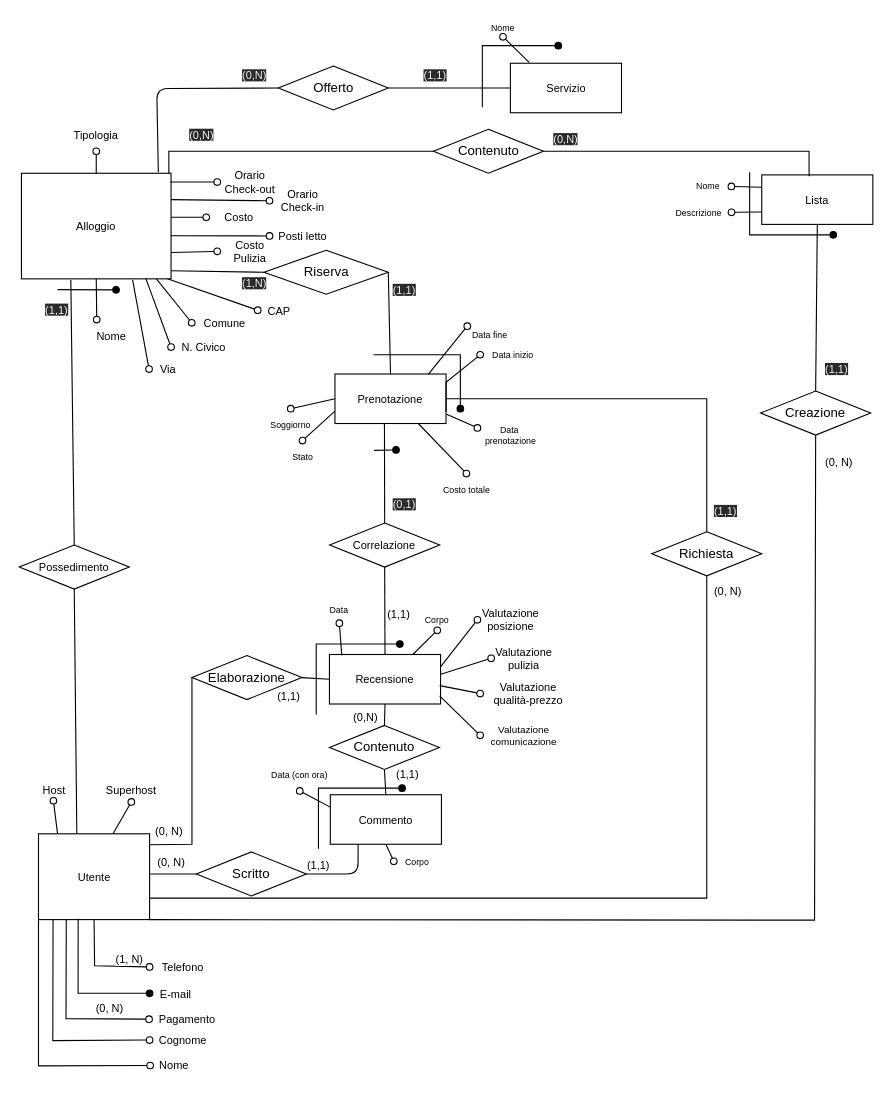
The draw.io diagram page "Page-4" (4 of 16) of ER.drawio in eduardz1/Home-Booking, before the edit. Source tidied: cells renumbered, new cells numbered last; positions are measured from the earlier drawing's top-left corner, leaving out a move shared by most shapes. Both pictures are drawn from the tidied source at 110%, with x=0, y=0 at pixel (18, 19).
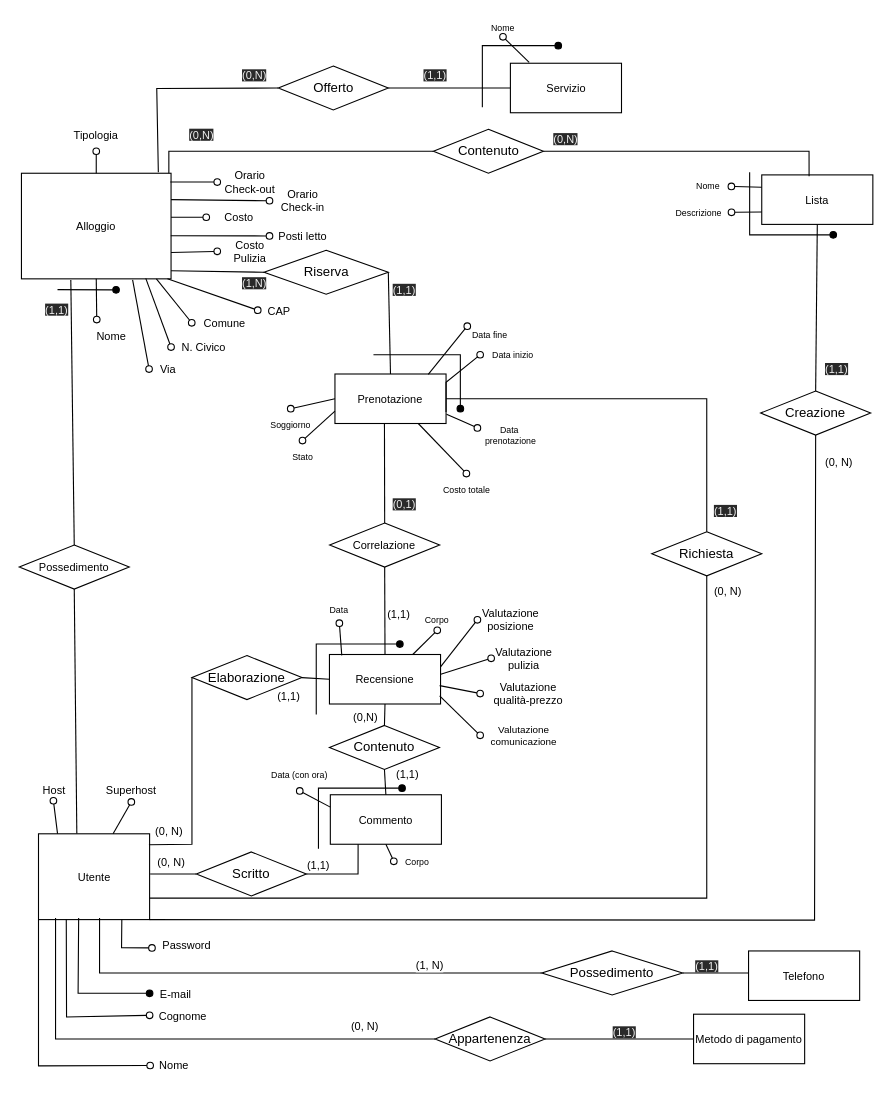
Above is the later version.

The change refers to these unchanged cells:
```xml
<mxCell id="3" value="&lt;font style=&quot;font-size: 10px;&quot;&gt;Alloggio&lt;/font&gt;" style="rounded=0;whiteSpace=wrap;html=1;fontSize=10;" parent="1" vertex="1">
  <mxGeometry x="3" y="140" width="136" height="96" as="geometry" />
</mxCell>
<mxCell id="29" value="&lt;font style=&quot;font-size: 10px;&quot;&gt;Utente&lt;/font&gt;" style="rounded=0;whiteSpace=wrap;html=1;fontSize=10;" parent="1" vertex="1">
  <mxGeometry x="18.5" y="740.5" width="101" height="78" as="geometry" />
</mxCell>
<mxCell id="40" value="E-mail" style="text;html=1;strokeColor=none;fillColor=none;align=center;verticalAlign=middle;whiteSpace=wrap;rounded=0;labelBackgroundColor=none;labelBorderColor=none;fontSize=10;" parent="1" vertex="1">
  <mxGeometry x="119.5" y="872" width="47" height="27" as="geometry" />
</mxCell>
<mxCell id="67" value="&lt;font style=&quot;font-size: 10px&quot;&gt;Commento&lt;/font&gt;" style="rounded=0;whiteSpace=wrap;html=1;fontSize=10;" parent="1" vertex="1">
  <mxGeometry x="283.8" y="705" width="101" height="45" as="geometry" />
</mxCell>
<mxCell id="80" value="Scritto" style="rhombus;whiteSpace=wrap;html=1;" parent="1" vertex="1">
  <mxGeometry x="162" y="757" width="100" height="40" as="geometry" />
</mxCell>
<mxCell id="125" value="Offerto" style="rhombus;whiteSpace=wrap;html=1;" parent="1" vertex="1">
  <mxGeometry x="236.5" y="42.5" width="100" height="40" as="geometry" />
</mxCell>
```

Change to the diagram source:
```diff
@@
-    <mxCell id="30" style="endArrow=none;html=1;rounded=0;align=center;verticalAlign=top;endFill=0;labelBackgroundColor=none;endSize=6;startArrow=oval;startFill=0;fontSize=10;entryX=0.131;entryY=0.998;entryDx=0;entryDy=0;exitX=0;exitY=0.5;exitDx=0;exitDy=0;entryPerimeter=0;" parent="1" edge="1" source="39" target="29">
+    <mxCell id="30" style="endArrow=none;html=1;rounded=0;align=center;verticalAlign=top;endFill=0;labelBackgroundColor=none;endSize=6;startArrow=oval;startFill=0;fontSize=10;entryX=0.25;entryY=1;entryDx=0;entryDy=0;exitX=0;exitY=0.5;exitDx=0;exitDy=0;" parent="1" edge="1" source="39" target="29">
       <mxGeometry relative="1" as="geometry">
         <Array as="points">
-          <mxPoint x="31.5" y="928.5" />
+          <mxPoint x="44" y="907" />
         </Array>
       </mxGeometry>
     </mxCell>
-    <mxCell id="31" style="endArrow=none;html=1;rounded=0;align=center;verticalAlign=top;endFill=0;labelBackgroundColor=none;endSize=6;startArrow=oval;startFill=0;fontSize=10;entryX=0.5;entryY=1;entryDx=0;entryDy=0;exitX=0;exitY=0.5;exitDx=0;exitDy=0;" parent="1" edge="1" source="38" target="29">
+    <mxCell id="31" style="endArrow=none;html=1;rounded=0;align=center;verticalAlign=top;endFill=0;labelBackgroundColor=none;endSize=6;startArrow=none;startFill=0;fontSize=10;exitX=0;exitY=0.5;exitDx=0;exitDy=0;" parent="1" edge="1" source="147">
       <mxGeometry relative="1" as="geometry">
+        <mxPoint x="74" y="817" as="targetPoint" />
         <Array as="points">
-          <mxPoint x="69.5" y="860.5" />
+          <mxPoint x="74" y="867" />
         </Array>
       </mxGeometry>
     </mxCell>
@@
-    <mxCell id="33" value="Pagamento" style="text;html=1;strokeColor=none;fillColor=none;align=center;verticalAlign=middle;whiteSpace=wrap;rounded=0;labelBackgroundColor=none;labelBorderColor=none;fontSize=10;" parent="1" vertex="1">
-      <mxGeometry x="123.5" y="893.5" width="60" height="30" as="geometry" />
-    </mxCell>
-    <mxCell id="34" style="endArrow=none;html=1;rounded=0;align=center;verticalAlign=top;endFill=0;labelBackgroundColor=none;endSize=6;startArrow=oval;startFill=0;fontSize=10;entryX=0.25;entryY=1;entryDx=0;entryDy=0;" parent="1" edge="1" target="29">
+    <mxCell id="34" style="endArrow=none;html=1;rounded=0;align=center;verticalAlign=top;endFill=0;labelBackgroundColor=none;endSize=6;startArrow=none;startFill=0;fontSize=10;exitX=0;exitY=0.5;exitDx=0;exitDy=0;" parent="1" edge="1" source="148">
       <mxGeometry relative="1" as="geometry">
-        <mxPoint x="119" y="909" as="sourcePoint" />
+        <mxPoint x="34" y="907" as="targetPoint" />
         <Array as="points">
-          <mxPoint x="43.5" y="908.5" />
+          <mxPoint x="34" y="927" />
+          <mxPoint x="34" y="817" />
         </Array>
       </mxGeometry>
     </mxCell>
     <mxCell id="35" value="(0, N)" style="edgeLabel;html=1;align=center;verticalAlign=middle;fontSize=10;rounded=0;" parent="34" vertex="1">
       <mxGeometry x="-0.48" y="2" relative="1" as="geometry">
-        <mxPoint x="7" y="-12" as="offset" />
+        <mxPoint x="77" y="-15" as="offset" />
       </mxGeometry>
     </mxCell>
@@
-    <mxCell id="37" style="endArrow=none;html=1;rounded=0;align=center;verticalAlign=top;endFill=0;labelBackgroundColor=none;endSize=6;startArrow=oval;startFill=1;fontSize=10;entryX=0.357;entryY=0.991;entryDx=0;entryDy=0;entryPerimeter=0;exitX=0;exitY=0.5;exitDx=0;exitDy=0;" parent="1" edge="1" source="40" target="29">
+    <mxCell id="37" style="endArrow=none;html=1;rounded=0;align=center;verticalAlign=top;endFill=0;labelBackgroundColor=none;endSize=6;startArrow=oval;startFill=1;fontSize=10;exitX=0;exitY=0.5;exitDx=0;exitDy=0;" parent="1" edge="1" source="40">
       <mxGeometry relative="1" as="geometry">
+        <mxPoint x="55" y="817" as="targetPoint" />
         <Array as="points">
           <mxPoint x="54.5" y="885.5" />
         </Array>
       </mxGeometry>
     </mxCell>
-    <mxCell id="38" value="Telefono" style="text;html=1;strokeColor=none;fillColor=none;align=center;verticalAlign=middle;whiteSpace=wrap;rounded=0;labelBackgroundColor=none;labelBorderColor=none;fontSize=10;" parent="1" vertex="1">
-      <mxGeometry x="119.5" y="849.5" width="60" height="24" as="geometry" />
-    </mxCell>
     <mxCell id="39" value="Cognome" style="text;html=1;strokeColor=none;fillColor=none;align=center;verticalAlign=middle;whiteSpace=wrap;rounded=0;labelBackgroundColor=none;labelBorderColor=none;fontSize=10;" parent="1" vertex="1">
-      <mxGeometry x="119.5" y="914.5" width="60" height="27" as="geometry" />
+      <mxGeometry x="119.5" y="892" width="60" height="27" as="geometry" />
     </mxCell>
@@
-    <mxCell id="82" style="endArrow=none;html=1;exitX=1;exitY=0.5;exitDx=0;exitDy=0;entryX=0.25;entryY=1;entryDx=0;entryDy=0;" parent="1" edge="1" source="80" target="67">
+    <mxCell id="82" style="endArrow=none;html=1;exitX=1;exitY=0.5;exitDx=0;exitDy=0;entryX=0.25;entryY=1;entryDx=0;entryDy=0;rounded=0;" parent="1" edge="1" source="80" target="67">
       <mxGeometry relative="1" as="geometry">
         <Array as="points">
           <mxPoint x="309" y="777" />
         </Array>
       </mxGeometry>
     </mxCell>
@@
-    <mxCell id="115" style="endArrow=none;html=1;rounded=0;align=center;verticalAlign=top;endFill=0;labelBackgroundColor=none;endSize=6;startArrow=oval;startFill=1;fontSize=10;fillColor=none;" parent="1" edge="1">
-      <mxGeometry relative="1" as="geometry">
-        <mxPoint x="343.5" y="391.5" as="sourcePoint" />
-        <mxPoint x="323.5" y="391.9" as="targetPoint" />
-      </mxGeometry>
-    </mxCell>
@@
-    <mxCell id="124" style="endArrow=none;html=1;entryX=0;entryY=0.5;entryDx=0;entryDy=0;exitX=0.915;exitY=-0.009;exitDx=0;exitDy=0;exitPerimeter=0;" parent="1" edge="1" source="3" target="125">
+    <mxCell id="124" style="endArrow=none;html=1;entryX=0;entryY=0.5;entryDx=0;entryDy=0;exitX=0.915;exitY=-0.009;exitDx=0;exitDy=0;exitPerimeter=0;rounded=0;" parent="1" edge="1" source="3" target="125">
       <mxGeometry relative="1" as="geometry">
         <Array as="points">
           <mxPoint x="126" y="63" />
         </Array>
       </mxGeometry>
     </mxCell>
@@
+    <mxCell id="145" value="Password" style="text;html=1;strokeColor=none;fillColor=none;align=center;verticalAlign=middle;whiteSpace=wrap;rounded=0;labelBackgroundColor=none;labelBorderColor=none;fontSize=10;" parent="1" vertex="1">
+      <mxGeometry x="121" y="827" width="65" height="29.3" as="geometry" />
+    </mxCell>
+    <mxCell id="146" style="endArrow=none;html=1;rounded=0;align=center;verticalAlign=top;endFill=0;labelBackgroundColor=none;endSize=6;startArrow=oval;startFill=0;fontSize=10;entryX=0.75;entryY=1;entryDx=0;entryDy=0;exitX=0.01;exitY=0.588;exitDx=0;exitDy=0;exitPerimeter=0;" parent="1" edge="1" source="145" target="29">
+      <mxGeometry relative="1" as="geometry">
+        <Array as="points">
+          <mxPoint x="94" y="844" />
+        </Array>
+      </mxGeometry>
+    </mxCell>
+    <mxCell id="147" value="Possedimento" style="rhombus;whiteSpace=wrap;html=1;" parent="1" vertex="1">
+      <mxGeometry x="476" y="847" width="128" height="40" as="geometry" />
+    </mxCell>
+    <mxCell id="148" value="Appartenenza" style="rhombus;whiteSpace=wrap;html=1;" parent="1" vertex="1">
+      <mxGeometry x="379" y="907" width="100" height="40" as="geometry" />
+    </mxCell>
+    <mxCell id="149" style="endArrow=none;html=1;rounded=0;align=center;verticalAlign=top;endFill=0;labelBackgroundColor=none;endSize=6;startArrow=none;startFill=0;fontSize=10;entryX=1;entryY=0.5;entryDx=0;entryDy=0;" parent="1" edge="1" target="147">
+      <mxGeometry relative="1" as="geometry">
+        <mxPoint x="664" y="867" as="sourcePoint" />
+      </mxGeometry>
+    </mxCell>
+    <mxCell id="150" style="endArrow=none;html=1;rounded=0;align=center;verticalAlign=top;endFill=0;labelBackgroundColor=none;endSize=6;startArrow=none;startFill=0;fontSize=10;entryX=1;entryY=0.5;entryDx=0;entryDy=0;exitX=0;exitY=0.5;exitDx=0;exitDy=0;" parent="1" edge="1" source="151" target="148">
+      <mxGeometry relative="1" as="geometry" />
+    </mxCell>
+    <mxCell id="151" value="Metodo di pagamento" style="rounded=0;whiteSpace=wrap;html=1;fontSize=10;" parent="1" vertex="1">
+      <mxGeometry x="614" y="904.5" width="101" height="45" as="geometry" />
+    </mxCell>
+    <mxCell id="38" value="Telefono" style="rounded=0;whiteSpace=wrap;html=1;fontSize=10;" parent="1" vertex="1">
+      <mxGeometry x="664" y="847" width="101" height="45" as="geometry" />
+    </mxCell>
+    <mxCell id="152" value="&lt;span style=&quot;color: rgb(240, 240, 240); font-family: helvetica; font-size: 10px; font-style: normal; font-weight: 400; letter-spacing: normal; text-align: left; text-indent: 0px; text-transform: none; word-spacing: 0px; background-color: rgb(42, 42, 42); display: inline; float: none;&quot;&gt;(1,1)&lt;/span&gt;" style="text;whiteSpace=wrap;html=1;" parent="1" vertex="1">
+      <mxGeometry x="614" y="847" width="50" height="30" as="geometry" />
+    </mxCell>
+    <mxCell id="153" value="&lt;span style=&quot;color: rgb(240, 240, 240); font-family: helvetica; font-size: 10px; font-style: normal; font-weight: 400; letter-spacing: normal; text-align: left; text-indent: 0px; text-transform: none; word-spacing: 0px; background-color: rgb(42, 42, 42); display: inline; float: none;&quot;&gt;(1,1)&lt;/span&gt;" style="text;whiteSpace=wrap;html=1;" parent="1" vertex="1">
+      <mxGeometry x="539" y="906.5" width="50" height="30" as="geometry" />
+    </mxCell>
```
